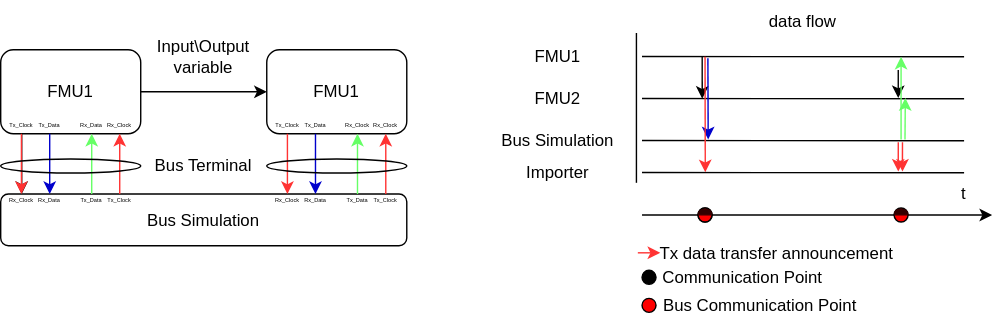
Before: docs/images/low_cut_communication_with_triggered_tx_clock.svg, a diagram exported from draw.io (modelica/fmi-ls-bus). Source tidied: cells renumbered, new cells last; positions are measured from the earlier drawing's top-left corner, leaving out a move shared by most shapes. Source of this version:
```xml
<mxGraphModel>
  <root>
    <mxCell id="0" />
    <mxCell id="1" parent="0" />
    <mxCell id="2" style="ellipse;whiteSpace=wrap;html=1;fillColor=#FF0000;" parent="1" vertex="1">
      <mxGeometry x="638" y="148" width="10" height="10" as="geometry" />
    </mxCell>
    <mxCell id="3" style="endArrow=none;html=1;rounded=0;" parent="1" edge="1">
      <mxGeometry relative="1" as="geometry">
        <mxPoint x="454" y="130" as="sourcePoint" />
        <mxPoint x="454" y="23" as="targetPoint" />
      </mxGeometry>
    </mxCell>
    <mxCell id="4" style="endArrow=classic;html=1;rounded=0;startArrow=none;" parent="1" edge="1">
      <mxGeometry relative="1" as="geometry">
        <mxPoint x="648" y="153" as="sourcePoint" />
        <mxPoint x="708" y="153" as="targetPoint" />
      </mxGeometry>
    </mxCell>
    <mxCell id="5" value="FMU1" style="text;html=1;strokeColor=none;fillColor=none;align=center;verticalAlign=middle;whiteSpace=wrap;rounded=0;" parent="1" vertex="1">
      <mxGeometry x="368" y="25" width="60" height="30" as="geometry" />
    </mxCell>
    <mxCell id="6" value="FMU2" style="text;html=1;strokeColor=none;fillColor=none;align=center;verticalAlign=middle;whiteSpace=wrap;rounded=0;" parent="1" vertex="1">
      <mxGeometry x="368" y="55" width="60" height="30" as="geometry" />
    </mxCell>
    <mxCell id="7" value="Bus Simulation" style="text;html=1;strokeColor=none;fillColor=none;align=center;verticalAlign=middle;whiteSpace=wrap;rounded=0;" parent="1" vertex="1">
      <mxGeometry x="348" y="85" width="100" height="30" as="geometry" />
    </mxCell>
    <mxCell id="8" style="endArrow=none;html=1;rounded=0;" parent="1" edge="1">
      <mxGeometry relative="1" as="geometry">
        <mxPoint x="688" y="70" as="sourcePoint" />
        <mxPoint x="458" y="69.8" as="targetPoint" />
      </mxGeometry>
    </mxCell>
    <mxCell id="9" style="endArrow=none;html=1;rounded=0;" parent="1" edge="1">
      <mxGeometry relative="1" as="geometry">
        <mxPoint x="688" y="40" as="sourcePoint" />
        <mxPoint x="458" y="39.8" as="targetPoint" />
      </mxGeometry>
    </mxCell>
    <mxCell id="10" style="endArrow=none;html=1;rounded=0;" parent="1" edge="1">
      <mxGeometry relative="1" as="geometry">
        <mxPoint x="688" y="100" as="sourcePoint" />
        <mxPoint x="458" y="99.8" as="targetPoint" />
      </mxGeometry>
    </mxCell>
    <mxCell id="11" value="t" style="text;html=1;strokeColor=none;fillColor=none;align=center;verticalAlign=middle;whiteSpace=wrap;rounded=0;" parent="1" vertex="1">
      <mxGeometry x="678" y="128" width="20" height="20" as="geometry" />
    </mxCell>
    <mxCell id="12" value="data flow" style="text;html=1;strokeColor=none;fillColor=none;align=center;verticalAlign=middle;whiteSpace=wrap;rounded=0;" parent="1" vertex="1">
      <mxGeometry x="543" width="60" height="30" as="geometry" />
    </mxCell>
    <mxCell id="13" style="ellipse;whiteSpace=wrap;html=1;fillColor=#000000;" parent="1" vertex="1">
      <mxGeometry x="498" y="148" width="10" height="10" as="geometry" />
    </mxCell>
    <mxCell id="14" style="endArrow=none;html=1;rounded=0;" parent="1" edge="1" target="13">
      <mxGeometry relative="1" as="geometry">
        <mxPoint x="458" y="153" as="sourcePoint" />
      </mxGeometry>
    </mxCell>
    <mxCell id="15" style="edgeStyle=orthogonalEdgeStyle;rounded=0;orthogonalLoop=1;jettySize=auto;html=1;" parent="1" edge="1">
      <mxGeometry relative="1" as="geometry">
        <mxPoint x="501" y="39.5" as="sourcePoint" />
        <mxPoint x="501" y="70" as="targetPoint" />
      </mxGeometry>
    </mxCell>
    <mxCell id="16" style="endArrow=none;html=1;rounded=0;startArrow=none;" parent="1" edge="1" source="2">
      <mxGeometry relative="1" as="geometry">
        <mxPoint x="648" y="153" as="targetPoint" />
      </mxGeometry>
    </mxCell>
    <mxCell id="17" style="edgeStyle=orthogonalEdgeStyle;rounded=0;orthogonalLoop=1;jettySize=auto;html=1;" parent="1" edge="1">
      <mxGeometry relative="1" as="geometry">
        <mxPoint x="641" y="49.5" as="sourcePoint" />
        <mxPoint x="641" y="69.5" as="targetPoint" />
      </mxGeometry>
    </mxCell>
    <mxCell id="18" style="ellipse;whiteSpace=wrap;html=1;fillColor=#FF0000;" parent="1" vertex="1">
      <mxGeometry x="498" y="148" width="10" height="10" as="geometry" />
    </mxCell>
    <mxCell id="19" style="endArrow=none;html=1;rounded=0;startArrow=none;" parent="1" edge="1" source="13" target="18">
      <mxGeometry relative="1" as="geometry" />
    </mxCell>
    <mxCell id="20" style="ellipse;whiteSpace=wrap;html=1;fillColor=#FF0000;" parent="1" vertex="1">
      <mxGeometry x="458" y="212.5" width="10" height="10" as="geometry" />
    </mxCell>
    <mxCell id="21" style="ellipse;whiteSpace=wrap;html=1;fillColor=#000000;" parent="1" vertex="1">
      <mxGeometry x="458" y="192.5" width="10" height="10" as="geometry" />
    </mxCell>
    <mxCell id="22" value="Communication Point" style="text;html=1;strokeColor=none;fillColor=none;align=center;verticalAlign=middle;whiteSpace=wrap;rounded=0;" parent="1" vertex="1">
      <mxGeometry x="470" y="190" width="120" height="15" as="geometry" />
    </mxCell>
    <mxCell id="23" style="endArrow=classic;html=1;rounded=0;fontSize=4;exitX=0.5;exitY=1;exitDx=0;exitDy=0;strokeColor=#0000CC;" parent="1" edge="1">
      <mxGeometry x="-1" y="10" relative="1" as="geometry">
        <mxPoint x="505" y="41" as="sourcePoint" />
        <mxPoint x="505.2" y="99" as="targetPoint" />
      </mxGeometry>
    </mxCell>
    <mxCell id="24" style="endArrow=classic;html=1;rounded=0;fontSize=4;strokeColor=#66FF66;" parent="1" edge="1">
      <mxGeometry relative="1" as="geometry">
        <mxPoint x="643" y="99" as="sourcePoint" />
        <mxPoint x="643" y="40" as="targetPoint" />
      </mxGeometry>
    </mxCell>
    <mxCell id="25" value="Importer" style="text;html=1;strokeColor=none;fillColor=none;align=center;verticalAlign=middle;whiteSpace=wrap;rounded=0;" parent="1" vertex="1">
      <mxGeometry x="348" y="108" width="100" height="30" as="geometry" />
    </mxCell>
    <mxCell id="26" style="endArrow=none;html=1;rounded=0;" parent="1" edge="1">
      <mxGeometry relative="1" as="geometry">
        <mxPoint x="688" y="122.9" as="sourcePoint" />
        <mxPoint x="458" y="122.7" as="targetPoint" />
      </mxGeometry>
    </mxCell>
    <mxCell id="27" value="Bus Communication Point" style="text;html=1;strokeColor=none;fillColor=none;align=center;verticalAlign=middle;whiteSpace=wrap;rounded=0;" parent="1" vertex="1">
      <mxGeometry x="470" y="210" width="145" height="15" as="geometry" />
    </mxCell>
    <mxCell id="28" style="endArrow=classic;html=1;rounded=0;fontSize=4;strokeColor=#66FF66;" parent="1" edge="1">
      <mxGeometry x="0.22" y="-65" relative="1" as="geometry">
        <mxPoint x="645.8" y="99" as="sourcePoint" />
        <mxPoint x="646" y="69.5" as="targetPoint" />
      </mxGeometry>
    </mxCell>
    <mxCell id="29" style="shape=or;whiteSpace=wrap;html=1;fillColor=#330000;rotation=-90;strokeColor=#330000;" parent="1" vertex="1">
      <mxGeometry x="501" y="146" width="4.1" height="9.6" as="geometry" />
    </mxCell>
    <mxCell id="30" style="edgeStyle=orthogonalEdgeStyle;rounded=0;jettySize=auto;html=1;exitX=1;exitY=0.5;exitDx=0;exitDy=0;entryX=0;entryY=0.5;entryDx=0;entryDy=0;" parent="1" edge="1" source="31" target="49">
      <mxGeometry relative="1" as="geometry" />
    </mxCell>
    <mxCell id="31" value="FMU1" style="rounded=1;whiteSpace=wrap;html=1;" parent="1" vertex="1">
      <mxGeometry y="35" width="100" height="60" as="geometry" />
    </mxCell>
    <mxCell id="32" style="shape=or;whiteSpace=wrap;html=1;fillColor=#330000;rotation=-90;strokeColor=#330000;" parent="1" vertex="1">
      <mxGeometry x="641" y="146" width="4.1" height="9.6" as="geometry" />
    </mxCell>
    <mxCell id="33" value="Bus Simulation" style="rounded=1;whiteSpace=wrap;html=1;" parent="1" vertex="1">
      <mxGeometry y="138" width="290" height="37" as="geometry" />
    </mxCell>
    <mxCell id="34" value="Input\Output variable" style="text;html=1;strokeColor=none;fillColor=none;align=center;verticalAlign=middle;whiteSpace=wrap;rounded=0;" parent="1" vertex="1">
      <mxGeometry x="93" y="25" width="104" height="30" as="geometry" />
    </mxCell>
    <mxCell id="35" value="Bus Terminal" style="text;html=1;strokeColor=none;fillColor=none;align=center;verticalAlign=middle;whiteSpace=wrap;rounded=0;" parent="1" vertex="1">
      <mxGeometry x="93" y="108" width="104" height="20" as="geometry" />
    </mxCell>
    <mxCell id="36" value="Rx_Clock" style="text;html=1;strokeColor=none;fillColor=none;align=center;verticalAlign=middle;whiteSpace=wrap;rounded=0;fontSize=4;" parent="1" vertex="1">
      <mxGeometry x="70" y="85" width="30" height="10" as="geometry" />
    </mxCell>
    <mxCell id="37" value="Tx_Clock" style="text;html=1;strokeColor=none;fillColor=none;align=center;verticalAlign=middle;whiteSpace=wrap;rounded=0;fontSize=4;" parent="1" vertex="1">
      <mxGeometry x="70" y="138" width="30" height="10" as="geometry" />
    </mxCell>
    <mxCell id="38" style="endArrow=classic;html=1;rounded=0;fontSize=4;entryX=0.5;entryY=1;entryDx=0;entryDy=0;exitX=0.5;exitY=0;exitDx=0;exitDy=0;strokeColor=#FF3333;" parent="1" edge="1" source="37" target="36">
      <mxGeometry relative="1" as="geometry" />
    </mxCell>
    <mxCell id="39" style="endArrow=classic;html=1;rounded=0;fontSize=4;exitX=0.5;exitY=1;exitDx=0;exitDy=0;entryX=0.5;entryY=0;entryDx=0;entryDy=0;" parent="1" edge="1" source="40" target="41">
      <mxGeometry relative="1" as="geometry" />
    </mxCell>
    <mxCell id="40" value="Tx_Clock" style="text;html=1;strokeColor=none;fillColor=none;align=center;verticalAlign=middle;whiteSpace=wrap;rounded=0;fontSize=4;" parent="1" vertex="1">
      <mxGeometry y="85" width="30" height="10" as="geometry" />
    </mxCell>
    <mxCell id="41" value="Rx_Clock" style="text;html=1;strokeColor=none;fillColor=none;align=center;verticalAlign=middle;whiteSpace=wrap;rounded=0;fontSize=4;" parent="1" vertex="1">
      <mxGeometry y="138" width="30" height="10" as="geometry" />
    </mxCell>
    <mxCell id="42" value="Tx_Data" style="text;html=1;strokeColor=none;fillColor=none;align=center;verticalAlign=middle;whiteSpace=wrap;rounded=0;fontSize=4;" parent="1" vertex="1">
      <mxGeometry x="20" y="85" width="30" height="10" as="geometry" />
    </mxCell>
    <mxCell id="43" value="Rx_Data" style="text;html=1;strokeColor=none;fillColor=none;align=center;verticalAlign=middle;whiteSpace=wrap;rounded=0;fontSize=4;" parent="1" vertex="1">
      <mxGeometry x="20" y="138" width="30" height="10" as="geometry" />
    </mxCell>
    <mxCell id="44" style="endArrow=classic;html=1;rounded=0;fontSize=4;exitX=0.5;exitY=1;exitDx=0;exitDy=0;entryX=0.5;entryY=0;entryDx=0;entryDy=0;strokeColor=#0000CC;" parent="1" edge="1" source="42" target="43">
      <mxGeometry x="-1" y="10" relative="1" as="geometry" />
    </mxCell>
    <mxCell id="45" value="Tx_Data" style="text;html=1;strokeColor=none;fillColor=none;align=center;verticalAlign=middle;whiteSpace=wrap;rounded=0;fontSize=4;" parent="1" vertex="1">
      <mxGeometry x="50" y="138" width="30" height="10" as="geometry" />
    </mxCell>
    <mxCell id="46" value="Rx_Data" style="text;html=1;strokeColor=none;fillColor=none;align=center;verticalAlign=middle;whiteSpace=wrap;rounded=0;fontSize=4;" parent="1" vertex="1">
      <mxGeometry x="50" y="85" width="30" height="10" as="geometry" />
    </mxCell>
    <mxCell id="47" style="endArrow=classic;html=1;rounded=0;fontSize=4;entryX=0.5;entryY=1;entryDx=0;entryDy=0;exitX=0.5;exitY=0;exitDx=0;exitDy=0;strokeColor=#66FF66;" parent="1" edge="1" source="45" target="46">
      <mxGeometry relative="1" as="geometry" />
    </mxCell>
    <mxCell id="48" style="endArrow=classic;html=1;rounded=0;fontSize=4;exitX=0.5;exitY=1;exitDx=0;exitDy=0;entryX=0.5;entryY=0;entryDx=0;entryDy=0;strokeColor=#FF3333;" parent="1" edge="1">
      <mxGeometry relative="1" as="geometry">
        <mxPoint x="14.8" y="95" as="sourcePoint" />
        <mxPoint x="14.8" y="138" as="targetPoint" />
      </mxGeometry>
    </mxCell>
    <mxCell id="49" value="FMU1" style="rounded=1;whiteSpace=wrap;html=1;" parent="1" vertex="1">
      <mxGeometry x="190" y="35" width="100" height="60" as="geometry" />
    </mxCell>
    <mxCell id="50" value="Rx_Clock" style="text;html=1;strokeColor=none;fillColor=none;align=center;verticalAlign=middle;whiteSpace=wrap;rounded=0;fontSize=4;" parent="1" vertex="1">
      <mxGeometry x="260" y="85" width="30" height="10" as="geometry" />
    </mxCell>
    <mxCell id="51" value="Tx_Clock" style="text;html=1;strokeColor=none;fillColor=none;align=center;verticalAlign=middle;whiteSpace=wrap;rounded=0;fontSize=4;" parent="1" vertex="1">
      <mxGeometry x="190" y="85" width="30" height="10" as="geometry" />
    </mxCell>
    <mxCell id="52" value="Tx_Data" style="text;html=1;strokeColor=none;fillColor=none;align=center;verticalAlign=middle;whiteSpace=wrap;rounded=0;fontSize=4;" parent="1" vertex="1">
      <mxGeometry x="210" y="85" width="30" height="10" as="geometry" />
    </mxCell>
    <mxCell id="53" value="Rx_Clock" style="text;html=1;strokeColor=none;fillColor=none;align=center;verticalAlign=middle;whiteSpace=wrap;rounded=0;fontSize=4;" parent="1" vertex="1">
      <mxGeometry x="240" y="85" width="30" height="10" as="geometry" />
    </mxCell>
    <mxCell id="54" value="Tx_Clock" style="text;html=1;strokeColor=none;fillColor=none;align=center;verticalAlign=middle;whiteSpace=wrap;rounded=0;fontSize=4;" parent="1" vertex="1">
      <mxGeometry x="260" y="138" width="30" height="10" as="geometry" />
    </mxCell>
    <mxCell id="55" value="Rx_Clock" style="text;html=1;strokeColor=none;fillColor=none;align=center;verticalAlign=middle;whiteSpace=wrap;rounded=0;fontSize=4;" parent="1" vertex="1">
      <mxGeometry x="190" y="138" width="30" height="10" as="geometry" />
    </mxCell>
    <mxCell id="56" value="Rx_Data" style="text;html=1;strokeColor=none;fillColor=none;align=center;verticalAlign=middle;whiteSpace=wrap;rounded=0;fontSize=4;" parent="1" vertex="1">
      <mxGeometry x="210" y="138" width="30" height="10" as="geometry" />
    </mxCell>
    <mxCell id="57" value="Tx_Data" style="text;html=1;strokeColor=none;fillColor=none;align=center;verticalAlign=middle;whiteSpace=wrap;rounded=0;fontSize=4;" parent="1" vertex="1">
      <mxGeometry x="240" y="138" width="30" height="10" as="geometry" />
    </mxCell>
    <mxCell id="58" style="endArrow=classic;html=1;rounded=0;fontSize=4;entryX=0.5;entryY=1;entryDx=0;entryDy=0;exitX=0.5;exitY=0;exitDx=0;exitDy=0;strokeColor=#FF3333;" parent="1" edge="1" source="54" target="50">
      <mxGeometry x="0.53" y="-165" relative="1" as="geometry" />
    </mxCell>
    <mxCell id="59" style="endArrow=classic;html=1;rounded=0;fontSize=4;exitX=0.5;exitY=1;exitDx=0;exitDy=0;entryX=0.5;entryY=0;entryDx=0;entryDy=0;strokeColor=#FF3333;" parent="1" edge="1">
      <mxGeometry x="-0.07" y="145" relative="1" as="geometry">
        <mxPoint x="204.8" y="95" as="sourcePoint" />
        <mxPoint x="204.8" y="138" as="targetPoint" />
      </mxGeometry>
    </mxCell>
    <mxCell id="60" style="endArrow=classic;html=1;rounded=0;fontSize=4;exitX=0.5;exitY=1;exitDx=0;exitDy=0;entryX=0.5;entryY=0;entryDx=0;entryDy=0;strokeColor=#0000CC;" parent="1" edge="1">
      <mxGeometry x="-1" y="10" relative="1" as="geometry">
        <mxPoint x="224.8" y="95" as="sourcePoint" />
        <mxPoint x="224.8" y="138" as="targetPoint" />
      </mxGeometry>
    </mxCell>
    <mxCell id="61" style="endArrow=classic;html=1;rounded=0;fontSize=4;entryX=0.5;entryY=1;entryDx=0;entryDy=0;exitX=0.5;exitY=0;exitDx=0;exitDy=0;strokeColor=#66FF66;" parent="1" edge="1">
      <mxGeometry relative="1" as="geometry">
        <mxPoint x="254.8" y="138" as="sourcePoint" />
        <mxPoint x="254.8" y="95" as="targetPoint" />
      </mxGeometry>
    </mxCell>
    <mxCell id="62" style="ellipse;whiteSpace=wrap;html=1;fontSize=4;fillColor=none;" parent="1" vertex="1">
      <mxGeometry x="190" y="113" width="100" height="10" as="geometry" />
    </mxCell>
    <mxCell id="63" style="ellipse;whiteSpace=wrap;html=1;fontSize=4;fillColor=none;" parent="1" vertex="1">
      <mxGeometry y="113" width="100" height="10" as="geometry" />
    </mxCell>
    <mxCell id="64" style="endArrow=classic;html=1;rounded=0;fontSize=4;strokeColor=#FF3333;" parent="1" edge="1">
      <mxGeometry relative="1" as="geometry">
        <mxPoint x="503" y="40" as="sourcePoint" />
        <mxPoint x="503.2" y="122.5" as="targetPoint" />
      </mxGeometry>
    </mxCell>
    <mxCell id="65" style="endArrow=classic;html=1;rounded=0;fontSize=4;strokeColor=#FF3333;" parent="1" edge="1">
      <mxGeometry relative="1" as="geometry">
        <mxPoint x="455" y="180" as="sourcePoint" />
        <mxPoint x="471" y="180" as="targetPoint" />
      </mxGeometry>
    </mxCell>
    <mxCell id="66" style="endArrow=classic;html=1;rounded=0;fontSize=4;strokeColor=#FF3333;" parent="1" edge="1">
      <mxGeometry x="-0.39" y="21" relative="1" as="geometry">
        <mxPoint x="641" y="118" as="sourcePoint" />
        <mxPoint x="641" y="122" as="targetPoint" />
        <Array as="points">
          <mxPoint x="641" y="101" />
        </Array>
        <mxPoint x="-8" y="-16" as="offset" />
      </mxGeometry>
    </mxCell>
    <mxCell id="67" value="Tx data transfer announcement&amp;nbsp;" style="text;html=1;strokeColor=none;fillColor=none;align=center;verticalAlign=middle;whiteSpace=wrap;rounded=0;" parent="1" vertex="1">
      <mxGeometry x="462" y="172" width="188" height="18" as="geometry" />
    </mxCell>
    <mxCell id="68" style="endArrow=classic;html=1;rounded=0;fontSize=4;strokeColor=#FF3333;" parent="1" edge="1">
      <mxGeometry x="-0.39" y="21" relative="1" as="geometry">
        <mxPoint x="643.9" y="119" as="sourcePoint" />
        <mxPoint x="644" y="122" as="targetPoint" />
        <Array as="points">
          <mxPoint x="644" y="101" />
        </Array>
        <mxPoint x="-8" y="-16" as="offset" />
      </mxGeometry>
    </mxCell>
    <mxCell id="69" style="endArrow=none;html=1;rounded=0;startArrow=none;exitX=1;exitY=0.5;exitDx=0;exitDy=0;entryX=0;entryY=0.5;entryDx=0;entryDy=0;" parent="1" edge="1" source="13" target="2">
      <mxGeometry relative="1" as="geometry" />
    </mxCell>
  </root>
</mxGraphModel>
```
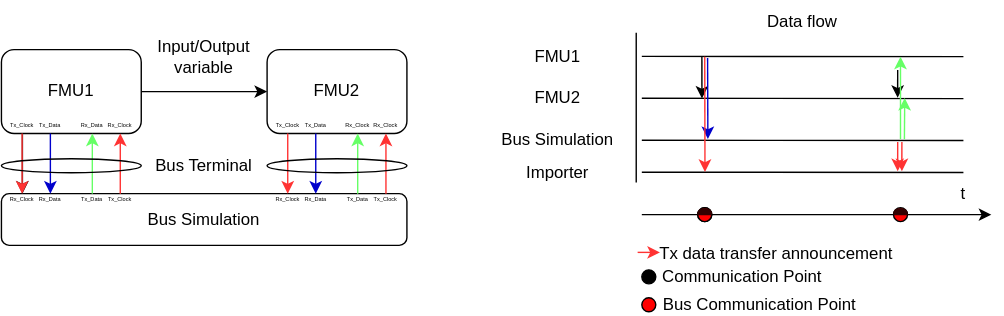
The same diagram one commit later.

Diff of the diagram source:
```diff
@@ -47,7 +47,7 @@
     <mxCell id="11" value="t" style="text;html=1;strokeColor=none;fillColor=none;align=center;verticalAlign=middle;whiteSpace=wrap;rounded=0;" parent="1" vertex="1">
       <mxGeometry x="678" y="128" width="20" height="20" as="geometry" />
     </mxCell>
-    <mxCell id="12" value="data flow" style="text;html=1;strokeColor=none;fillColor=none;align=center;verticalAlign=middle;whiteSpace=wrap;rounded=0;" parent="1" vertex="1">
+    <mxCell id="12" value="Data flow" style="text;html=1;strokeColor=none;fillColor=none;align=center;verticalAlign=middle;whiteSpace=wrap;rounded=0;" parent="1" vertex="1">
       <mxGeometry x="543" width="60" height="30" as="geometry" />
     </mxCell>
     <mxCell id="13" style="ellipse;whiteSpace=wrap;html=1;fillColor=#000000;" parent="1" vertex="1">
@@ -135,7 +135,7 @@
     <mxCell id="33" value="Bus Simulation" style="rounded=1;whiteSpace=wrap;html=1;" parent="1" vertex="1">
       <mxGeometry y="138" width="290" height="37" as="geometry" />
     </mxCell>
-    <mxCell id="34" value="Input\Output variable" style="text;html=1;strokeColor=none;fillColor=none;align=center;verticalAlign=middle;whiteSpace=wrap;rounded=0;" parent="1" vertex="1">
+    <mxCell id="34" value="Input/Output variable" style="text;html=1;strokeColor=none;fillColor=none;align=center;verticalAlign=middle;whiteSpace=wrap;rounded=0;" parent="1" vertex="1">
       <mxGeometry x="93" y="25" width="104" height="30" as="geometry" />
     </mxCell>
     <mxCell id="35" value="Bus Terminal" style="text;html=1;strokeColor=none;fillColor=none;align=center;verticalAlign=middle;whiteSpace=wrap;rounded=0;" parent="1" vertex="1">
@@ -183,7 +183,7 @@
         <mxPoint x="14.8" y="138" as="targetPoint" />
       </mxGeometry>
     </mxCell>
-    <mxCell id="49" value="FMU1" style="rounded=1;whiteSpace=wrap;html=1;" parent="1" vertex="1">
+    <mxCell id="49" value="FMU2" style="rounded=1;whiteSpace=wrap;html=1;" parent="1" vertex="1">
       <mxGeometry x="190" y="35" width="100" height="60" as="geometry" />
     </mxCell>
     <mxCell id="50" value="Rx_Clock" style="text;html=1;strokeColor=none;fillColor=none;align=center;verticalAlign=middle;whiteSpace=wrap;rounded=0;fontSize=4;" parent="1" vertex="1">
```
